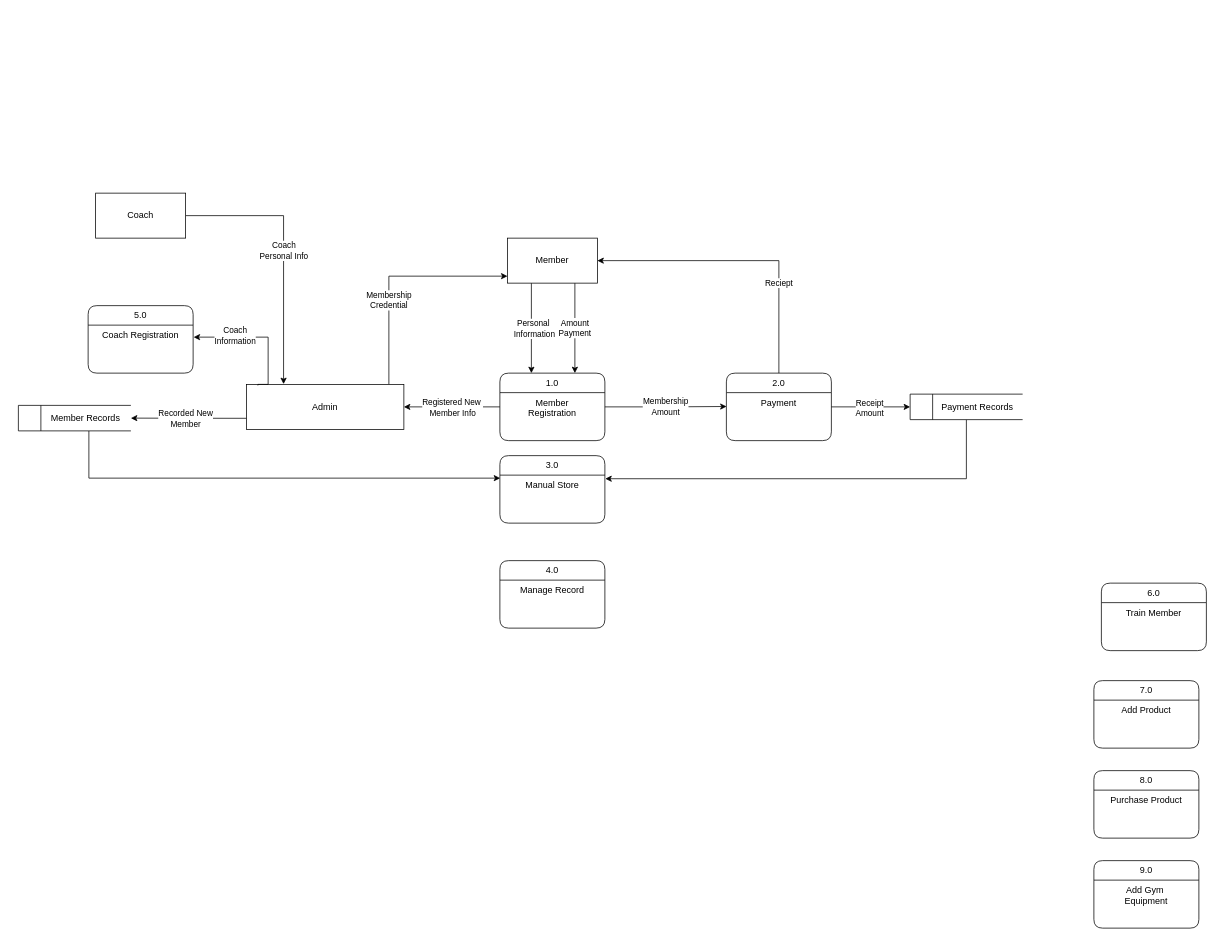
Earlier version of the draw.io diagram page "Main Existing Process" (1 of 11) of Untitled Diagram.drawio (FacundoBnts/app-dev). Source tidied: cells renumbered, new cells numbered last; positions are measured from the earlier drawing's top-left corner, leaving out a move shared by most shapes. Both pictures are drawn from the tidied source at 75%, with x=0, y=0 at pixel (18, 193).
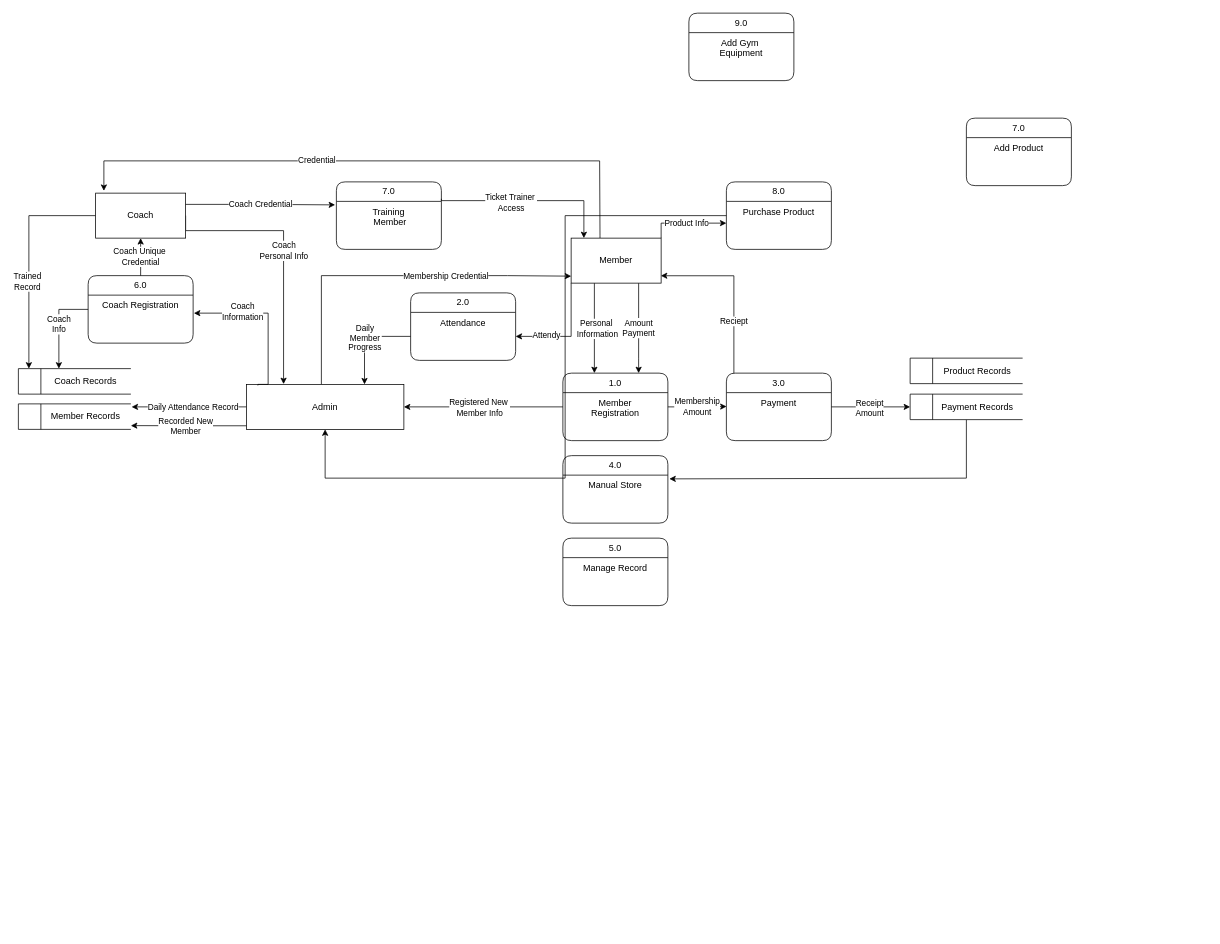
Above is the later version.

The change refers to these unchanged cells:
```xml
<mxCell id="9" value="Admin" style="rounded=0;whiteSpace=wrap;html=1;" parent="1" vertex="1">
  <mxGeometry x="304" y="255" width="210" height="60" as="geometry" />
</mxCell>
<mxCell id="14" value="Manual Store" style="text;strokeColor=none;fillColor=none;align=center;verticalAlign=top;spacingLeft=4;spacingRight=4;overflow=hidden;points=[[0,0.5],[1,0.5]];portConstraint=eastwest;whiteSpace=wrap;html=1;" parent="13" vertex="1">
  <mxGeometry y="26" width="140" height="64" as="geometry" />
</mxCell>
<mxCell id="18" value="Coach Registration" style="text;strokeColor=none;fillColor=none;align=center;verticalAlign=top;spacingLeft=4;spacingRight=4;overflow=hidden;points=[[0,0.5],[1,0.5]];portConstraint=eastwest;whiteSpace=wrap;html=1;" parent="17" vertex="1">
  <mxGeometry y="26" width="140" height="64" as="geometry" />
</mxCell>
<mxCell id="28" value="Coach" style="rounded=0;whiteSpace=wrap;html=1;" parent="1" vertex="1">
  <mxGeometry x="103" width="120" height="60" as="geometry" />
</mxCell>
<mxCell id="37" value="&lt;span style=&quot;white-space: pre;&quot;&gt;&#9;&lt;/span&gt;Payment Records" style="html=1;dashed=0;whiteSpace=wrap;shape=mxgraph.dfd.dataStoreID;align=center;spacingLeft=3;points=[[0,0],[0.5,0],[1,0],[0,0.5],[1,0.5],[0,1],[0.5,1],[1,1]];" parent="1" vertex="1">
  <mxGeometry x="1189" y="268" width="150" height="34" as="geometry" />
</mxCell>
```

Change to the diagram source:
```diff
@@
     <mxCell id="4" value="1.0" style="swimlane;fontStyle=0;horizontal=1;startSize=26;fillColor=none;whiteSpace=wrap;html=1;rounded=1;" parent="1" vertex="1">
-      <mxGeometry x="642" y="240" width="140" height="90" as="geometry" />
+      <mxGeometry x="726" y="240" width="140" height="90" as="geometry" />
     </mxCell>
@@
-    <mxCell id="6" style="edgeStyle=orthogonalEdgeStyle;rounded=0;jettySize=auto;html=1;entryX=1;entryY=0.5;entryDx=0;entryDy=0;exitX=0.01;exitY=0.754;exitDx=0;exitDy=0;exitPerimeter=0;" parent="1" edge="1" source="9" target="34">
+    <mxCell id="6" style="edgeStyle=orthogonalEdgeStyle;rounded=0;orthogonalLoop=1;jettySize=auto;html=1;entryX=1;entryY=0.5;entryDx=0;entryDy=0;exitX=0.01;exitY=0.754;exitDx=0;exitDy=0;exitPerimeter=0;" parent="1" edge="1">
       <mxGeometry relative="1" as="geometry">
+        <mxPoint x="306.1" y="310.2" as="sourcePoint" />
+        <mxPoint x="150" y="310" as="targetPoint" />
         <Array as="points">
-          <mxPoint x="253" y="300" />
+          <mxPoint x="253" y="310" />
         </Array>
       </mxGeometry>
     </mxCell>
@@
-    <mxCell id="8" value="&lt;div&gt;Membership &lt;br&gt;&lt;/div&gt;&lt;div&gt;Credential&lt;br&gt;&lt;/div&gt;" style="edgeStyle=orthogonalEdgeStyle;rounded=0;jettySize=auto;html=1;entryX=0.001;entryY=0.845;entryDx=0;entryDy=0;entryPerimeter=0;" parent="1" edge="1" source="9" target="32">
-      <mxGeometry x="-0.26" relative="1" as="geometry">
+    <mxCell id="8" value="&lt;div&gt;Membership Credential&lt;br&gt;&lt;/div&gt;" style="edgeStyle=orthogonalEdgeStyle;rounded=0;jettySize=auto;html=1;entryX=0.001;entryY=0.845;entryDx=0;entryDy=0;entryPerimeter=0;" parent="1" edge="1" source="9" target="32">
+      <mxGeometry x="0.3" y="-1" relative="1" as="geometry">
         <Array as="points">
-          <mxPoint x="494" y="110" />
+          <mxPoint x="404" y="110" />
           <mxPoint x="652" y="110" />
         </Array>
       </mxGeometry>
     </mxCell>
+    <mxCell id="41" value="Daily Attendance Record" style="edgeStyle=orthogonalEdgeStyle;rounded=0;orthogonalLoop=1;jettySize=auto;html=1;entryX=0.96;entryY=0.118;entryDx=0;entryDy=0;entryPerimeter=0;" parent="1" edge="1">
+      <mxGeometry relative="1" as="geometry">
+        <mxPoint x="315" y="285" as="sourcePoint" />
+        <mxPoint x="151" y="285" as="targetPoint" />
+      </mxGeometry>
+    </mxCell>
@@
-    <mxCell id="10" value="Reciept" style="edgeStyle=orthogonalEdgeStyle;rounded=0;jettySize=auto;html=1;entryX=1;entryY=0.5;entryDx=0;entryDy=0;" parent="1" edge="1" source="11" target="32">
+    <mxCell id="10" value="Reciept" style="edgeStyle=orthogonalEdgeStyle;rounded=0;jettySize=auto;html=1;entryX=0.997;entryY=0.836;entryDx=0;entryDy=0;entryPerimeter=0;" parent="1" edge="1" source="11" target="32">
       <mxGeometry x="-0.39" relative="1" as="geometry">
         <Array as="points">
-          <mxPoint x="1014" y="90" />
+          <mxPoint x="954" y="110" />
         </Array>
       </mxGeometry>
     </mxCell>
-    <mxCell id="11" value="2.0" style="swimlane;fontStyle=0;horizontal=1;startSize=26;fillColor=none;whiteSpace=wrap;html=1;rounded=1;" parent="1" vertex="1">
+    <mxCell id="11" value="3.0" style="swimlane;fontStyle=0;horizontal=1;startSize=26;fillColor=none;whiteSpace=wrap;html=1;rounded=1;" parent="1" vertex="1">
       <mxGeometry x="944" y="240" width="140" height="90" as="geometry" />
     </mxCell>
@@
-    <mxCell id="13" value="&lt;div&gt;3.0&lt;/div&gt;" style="swimlane;fontStyle=0;horizontal=1;startSize=26;fillColor=none;whiteSpace=wrap;html=1;rounded=1;" parent="1" vertex="1">
-      <mxGeometry x="642" y="350" width="140" height="90" as="geometry" />
+    <mxCell id="13" value="4.0" style="swimlane;fontStyle=0;horizontal=1;startSize=26;fillColor=none;whiteSpace=wrap;html=1;rounded=1;" parent="1" vertex="1">
+      <mxGeometry x="726" y="350" width="140" height="90" as="geometry" />
     </mxCell>
@@
-    <mxCell id="15" value="4.0" style="swimlane;fontStyle=0;horizontal=1;startSize=26;fillColor=none;whiteSpace=wrap;html=1;rounded=1;" parent="1" vertex="1">
-      <mxGeometry x="642" y="490" width="140" height="90" as="geometry" />
+    <mxCell id="15" value="5.0" style="swimlane;fontStyle=0;horizontal=1;startSize=26;fillColor=none;whiteSpace=wrap;html=1;rounded=1;" parent="1" vertex="1">
+      <mxGeometry x="726" y="460" width="140" height="90" as="geometry" />
     </mxCell>
@@
+    <mxCell id="42" value="&lt;div&gt;Coach Unique&amp;nbsp;&lt;/div&gt;&lt;div&gt;Credential&lt;/div&gt;" style="edgeStyle=orthogonalEdgeStyle;rounded=0;jettySize=auto;html=1;entryX=0.5;entryY=1;entryDx=0;entryDy=0;" parent="1" edge="1" source="17" target="28">
+      <mxGeometry relative="1" as="geometry" />
+    </mxCell>
+    <mxCell id="43" value="&lt;div&gt;Coach &lt;br&gt;&lt;/div&gt;&lt;div&gt;Info&lt;br&gt;&lt;/div&gt;" style="edgeStyle=orthogonalEdgeStyle;rounded=0;jettySize=auto;html=1;" parent="1" edge="1" source="17" target="54">
+      <mxGeometry relative="1" as="geometry">
+        <Array as="points">
+          <mxPoint x="54" y="155" />
+        </Array>
+      </mxGeometry>
+    </mxCell>
-    <mxCell id="17" value="5.0" style="swimlane;fontStyle=0;horizontal=1;startSize=26;fillColor=none;whiteSpace=wrap;html=1;rounded=1;" parent="1" vertex="1">
-      <mxGeometry x="93" y="150" width="140" height="90" as="geometry" />
+    <mxCell id="17" value="6.0" style="swimlane;fontStyle=0;horizontal=1;startSize=26;fillColor=none;whiteSpace=wrap;html=1;rounded=1;" parent="1" vertex="1">
+      <mxGeometry x="93" y="110" width="140" height="90" as="geometry" />
     </mxCell>
@@
+    <mxCell id="44" style="edgeStyle=orthogonalEdgeStyle;rounded=0;jettySize=auto;html=1;exitX=0;exitY=0.5;exitDx=0;exitDy=0;entryX=-0.001;entryY=0.295;entryDx=0;entryDy=0;entryPerimeter=0;" parent="17" edge="1" source="17" target="18">
+      <mxGeometry relative="1" as="geometry" />
+    </mxCell>
     <mxCell id="19" value="7.0" style="swimlane;fontStyle=0;horizontal=1;startSize=26;fillColor=none;whiteSpace=wrap;html=1;rounded=1;" parent="1" vertex="1">
-      <mxGeometry x="1434" y="650" width="140" height="90" as="geometry" />
+      <mxGeometry x="1264" y="-100" width="140" height="90" as="geometry" />
     </mxCell>
@@
     <mxCell id="21" value="9.0" style="swimlane;fontStyle=0;horizontal=1;startSize=26;fillColor=none;whiteSpace=wrap;html=1;rounded=1;" parent="1" vertex="1">
-      <mxGeometry x="1434" y="890" width="140" height="90" as="geometry" />
+      <mxGeometry x="894" y="-240" width="140" height="90" as="geometry" />
     </mxCell>
@@
+    <mxCell id="45" style="edgeStyle=orthogonalEdgeStyle;rounded=0;jettySize=auto;html=1;exitX=1;exitY=0.25;exitDx=0;exitDy=0;" parent="1" edge="1" source="23">
+      <mxGeometry relative="1" as="geometry">
+        <mxPoint x="754" y="60" as="targetPoint" />
+        <Array as="points">
+          <mxPoint x="564" y="10" />
+          <mxPoint x="754" y="10" />
+          <mxPoint x="754" y="60" />
+        </Array>
+      </mxGeometry>
+    </mxCell>
+    <mxCell id="46" value="&lt;div&gt;Ticket Trainer&amp;nbsp;&lt;/div&gt;&lt;div&gt;Access&lt;/div&gt;" style="edgeLabel;html=1;align=center;verticalAlign=middle;" parent="45" vertex="1">
+      <mxGeometry x="-0.22" y="-2" relative="1" as="geometry" />
+    </mxCell>
-    <mxCell id="23" value="6.0" style="swimlane;fontStyle=0;horizontal=1;startSize=26;fillColor=none;whiteSpace=wrap;html=1;rounded=1;" parent="1" vertex="1">
-      <mxGeometry x="1444" y="520" width="140" height="90" as="geometry" />
+    <mxCell id="23" value="7.0" style="swimlane;fontStyle=0;horizontal=1;startSize=26;fillColor=none;whiteSpace=wrap;html=1;rounded=1;" parent="1" vertex="1">
+      <mxGeometry x="424" y="-15" width="140" height="90" as="geometry" />
     </mxCell>
-    <mxCell id="24" value="Train Member" style="text;strokeColor=none;fillColor=none;align=center;verticalAlign=top;spacingLeft=4;spacingRight=4;overflow=hidden;points=[[0,0.5],[1,0.5]];portConstraint=eastwest;whiteSpace=wrap;html=1;" parent="23" vertex="1">
+    <mxCell id="24" value="&lt;div&gt;Training&lt;/div&gt;&lt;div&gt;&amp;nbsp;Member&lt;/div&gt;" style="text;strokeColor=none;fillColor=none;align=center;verticalAlign=top;spacingLeft=4;spacingRight=4;overflow=hidden;points=[[0,0.5],[1,0.5]];portConstraint=eastwest;whiteSpace=wrap;html=1;" parent="23" vertex="1">
       <mxGeometry y="26" width="140" height="64" as="geometry" />
     </mxCell>
+    <mxCell id="47" style="edgeStyle=orthogonalEdgeStyle;rounded=0;jettySize=auto;html=1;entryX=0.5;entryY=1;entryDx=0;entryDy=0;" parent="1" edge="1" source="25" target="9">
+      <mxGeometry relative="1" as="geometry">
+        <Array as="points">
+          <mxPoint x="729" y="30" />
+          <mxPoint x="729" y="380" />
+          <mxPoint x="409" y="380" />
+        </Array>
+      </mxGeometry>
+    </mxCell>
     <mxCell id="25" value="8.0" style="swimlane;fontStyle=0;horizontal=1;startSize=26;fillColor=none;whiteSpace=wrap;html=1;rounded=1;" parent="1" vertex="1">
-      <mxGeometry x="1434" y="770" width="140" height="90" as="geometry" />
+      <mxGeometry x="944" y="-15" width="140" height="90" as="geometry" />
     </mxCell>
@@
     <mxCell id="27" value="&lt;div&gt;Coach&lt;/div&gt;&lt;div&gt;Personal Info&lt;br&gt;&lt;/div&gt;" style="edgeStyle=orthogonalEdgeStyle;rounded=0;jettySize=auto;html=1;entryX=0.241;entryY=-0.006;entryDx=0;entryDy=0;exitX=1;exitY=0.5;exitDx=0;exitDy=0;entryPerimeter=0;" parent="1" edge="1" source="28">
       <mxGeometry relative="1" as="geometry">
         <mxPoint x="353.6" y="254.6" as="targetPoint" />
         <Array as="points">
-          <mxPoint x="353" y="30" />
+          <mxPoint x="223" y="50" />
+          <mxPoint x="354" y="50" />
         </Array>
       </mxGeometry>
     </mxCell>
+    <mxCell id="48" style="edgeStyle=orthogonalEdgeStyle;rounded=0;jettySize=auto;html=1;" parent="1" edge="1" source="28" target="54">
+      <mxGeometry relative="1" as="geometry">
+        <Array as="points">
+          <mxPoint x="14" y="30" />
+        </Array>
+      </mxGeometry>
+    </mxCell>
+    <mxCell id="49" value="&lt;div&gt;Trained&lt;/div&gt;&lt;div&gt;Record&lt;br&gt; &lt;/div&gt;" style="edgeLabel;html=1;align=center;verticalAlign=middle;" parent="48" vertex="1">
+      <mxGeometry x="0.2" y="-3" relative="1" as="geometry" />
+    </mxCell>
@@
     <mxCell id="29" style="edgeStyle=orthogonalEdgeStyle;rounded=0;orthogonalLoop=1;jettySize=auto;html=1;entryX=0.5;entryY=0;entryDx=0;entryDy=0;" parent="1" edge="1">
       <mxGeometry relative="1" as="geometry">
-        <mxPoint x="684" y="120" as="sourcePoint" />
-        <mxPoint x="684" y="240" as="targetPoint" />
+        <mxPoint x="768" y="120" as="sourcePoint" />
+        <mxPoint x="768" y="240" as="targetPoint" />
       </mxGeometry>
     </mxCell>
@@
-    <mxCell id="31" value="&lt;div&gt;Amount &lt;br&gt;&lt;/div&gt;&lt;div&gt;Payment&lt;br&gt;&lt;/div&gt;" style="edgeStyle=orthogonalEdgeStyle;rounded=0;jettySize=auto;html=1;exitX=0.75;exitY=1;exitDx=0;exitDy=0;" parent="1" edge="1" source="32">
+    <mxCell id="31" value="&lt;div&gt;Amount &lt;br&gt;&lt;/div&gt;&lt;div&gt;Payment&lt;br&gt;&lt;/div&gt;" style="edgeStyle=orthogonalEdgeStyle;rounded=0;jettySize=auto;html=1;exitX=0.75;exitY=1;exitDx=0;exitDy=0;" parent="1" edge="1" source="32" target="4">
       <mxGeometry relative="1" as="geometry">
-        <mxPoint x="742" y="240" as="targetPoint" />
         <Array as="points">
-          <mxPoint x="742" y="240" />
+          <mxPoint x="827" y="220" />
+          <mxPoint x="827" y="220" />
         </Array>
       </mxGeometry>
     </mxCell>
+    <mxCell id="50" style="edgeStyle=orthogonalEdgeStyle;rounded=0;orthogonalLoop=1;jettySize=auto;html=1;exitX=0.729;exitY=-0.017;exitDx=0;exitDy=0;entryX=0.5;entryY=0;entryDx=0;entryDy=0;exitPerimeter=0;" parent="1" edge="1">
+      <mxGeometry relative="1" as="geometry">
+        <mxPoint x="775.5" y="60" as="sourcePoint" />
+        <mxPoint x="114" y="-3" as="targetPoint" />
+        <Array as="points">
+          <mxPoint x="776" y="57" />
+          <mxPoint x="775" y="57" />
+          <mxPoint x="775" y="-43" />
+          <mxPoint x="114" y="-43" />
+        </Array>
+      </mxGeometry>
+    </mxCell>
+    <mxCell id="51" value="Credential" style="edgeLabel;html=1;align=center;verticalAlign=middle;" parent="50" vertex="1">
+      <mxGeometry x="0.06" y="-3" relative="1" as="geometry">
+        <mxPoint x="-55" y="1" as="offset" />
+      </mxGeometry>
+    </mxCell>
+    <mxCell id="52" value="Attendy" style="edgeStyle=orthogonalEdgeStyle;rounded=0;jettySize=auto;html=1;exitX=0;exitY=1;exitDx=0;exitDy=0;" parent="1" edge="1" source="32" target="57">
+      <mxGeometry x="0.43" y="-1" relative="1" as="geometry" />
+    </mxCell>
+    <mxCell id="53" value="Product Info" style="edgeStyle=orthogonalEdgeStyle;rounded=0;jettySize=auto;html=1;exitX=1;exitY=0;exitDx=0;exitDy=0;" parent="1" edge="1" source="32">
+      <mxGeometry relative="1" as="geometry">
+        <mxPoint x="944" y="40" as="targetPoint" />
+        <Array as="points">
+          <mxPoint x="857" y="40" />
+          <mxPoint x="944" y="40" />
+        </Array>
+      </mxGeometry>
+    </mxCell>
     <mxCell id="32" value="Member" style="rounded=0;whiteSpace=wrap;html=1;" parent="1" vertex="1">
-      <mxGeometry x="652" y="60" width="120" height="60" as="geometry" />
+      <mxGeometry x="737" y="60" width="120" height="60" as="geometry" />
     </mxCell>
-    <mxCell id="33" style="edgeStyle=orthogonalEdgeStyle;rounded=0;jettySize=auto;html=1;entryX=0.003;entryY=0.063;entryDx=0;entryDy=0;entryPerimeter=0;" parent="1" edge="1" source="34" target="14">
-      <mxGeometry relative="1" as="geometry">
-        <Array as="points">
-          <mxPoint x="94" y="380" />
-        </Array>
-      </mxGeometry>
-    </mxCell>
     <mxCell id="34" value="&lt;span style=&quot;white-space: pre;&quot;&gt;&#9;&lt;/span&gt;Member Records" style="html=1;dashed=0;whiteSpace=wrap;shape=mxgraph.dfd.dataStoreID;align=center;spacingLeft=3;points=[[0,0],[0.5,0],[1,0],[0,0.5],[1,0.5],[0,1],[0.5,1],[1,1]];" parent="1" vertex="1">
-      <mxGeometry y="283" width="150" height="34" as="geometry" />
+      <mxGeometry y="281" width="150" height="34" as="geometry" />
     </mxCell>
@@
-    <mxCell id="36" style="edgeStyle=orthogonalEdgeStyle;rounded=0;jettySize=auto;html=1;entryX=1.004;entryY=0.075;entryDx=0;entryDy=0;entryPerimeter=0;" parent="1" edge="1" source="37" target="14">
+    <mxCell id="36" style="edgeStyle=orthogonalEdgeStyle;rounded=0;jettySize=auto;html=1;entryX=1.014;entryY=0.078;entryDx=0;entryDy=0;entryPerimeter=0;" parent="1" edge="1" source="37" target="14">
       <mxGeometry relative="1" as="geometry">
         <Array as="points">
           <mxPoint x="1264" y="380" />
-          <mxPoint x="783" y="380" />
         </Array>
       </mxGeometry>
     </mxCell>
@@
-    <mxCell id="40" value="&lt;div&gt;Coach&lt;/div&gt;&lt;div&gt;Information&lt;br&gt;&lt;/div&gt;" style="edgeStyle=orthogonalEdgeStyle;rounded=0;jettySize=auto;html=1;exitX=0.073;exitY=0.024;exitDx=0;exitDy=0;entryX=1.005;entryY=0.25;entryDx=0;entryDy=0;entryPerimeter=0;exitPerimeter=0;" parent="1" edge="1" source="9" target="18">
+    <mxCell id="40" value="&lt;div&gt;Coach&lt;/div&gt;&lt;div&gt;Information&lt;br&gt;&lt;/div&gt;" style="edgeStyle=orthogonalEdgeStyle;rounded=0;jettySize=auto;html=1;exitX=0.073;exitY=0.024;exitDx=0;exitDy=0;exitPerimeter=0;" parent="1" edge="1" source="9">
       <mxGeometry x="0.38" y="-2" relative="1" as="geometry">
+        <mxPoint x="234" y="160" as="targetPoint" />
         <Array as="points">
           <mxPoint x="319" y="255" />
           <mxPoint x="333" y="255" />
-          <mxPoint x="333" y="192" />
+          <mxPoint x="333" y="160" />
+          <mxPoint x="234" y="160" />
         </Array>
       </mxGeometry>
     </mxCell>
+    <mxCell id="54" value="&lt;span style=&quot;white-space: pre;&quot;&gt;&#9;&lt;/span&gt;Coach Records" style="html=1;dashed=0;whiteSpace=wrap;shape=mxgraph.dfd.dataStoreID;align=center;spacingLeft=3;points=[[0,0],[0.5,0],[1,0],[0,0.5],[1,0.5],[0,1],[0.5,1],[1,1]];" parent="1" vertex="1">
+      <mxGeometry y="234" width="150" height="34" as="geometry" />
+    </mxCell>
+    <mxCell id="55" value="Coach Credential" style="edgeStyle=orthogonalEdgeStyle;rounded=0;jettySize=auto;html=1;exitX=1;exitY=0.25;exitDx=0;exitDy=0;entryX=-0.012;entryY=0.073;entryDx=0;entryDy=0;entryPerimeter=0;" parent="1" edge="1" source="28" target="24">
+      <mxGeometry relative="1" as="geometry" />
+    </mxCell>
+    <mxCell id="56" value="2.0" style="swimlane;fontStyle=0;horizontal=1;startSize=26;fillColor=none;whiteSpace=wrap;html=1;rounded=1;" parent="1" vertex="1">
+      <mxGeometry x="523" y="133" width="140" height="90" as="geometry" />
+    </mxCell>
+    <mxCell id="57" value="Attendance" style="text;strokeColor=none;fillColor=none;align=center;verticalAlign=top;spacingLeft=4;spacingRight=4;overflow=hidden;points=[[0,0.5],[1,0.5]];portConstraint=eastwest;whiteSpace=wrap;html=1;" parent="56" vertex="1">
+      <mxGeometry y="26" width="140" height="64" as="geometry" />
+    </mxCell>
+    <mxCell id="58" value="&lt;div&gt;Daily&lt;/div&gt;&lt;div&gt;Member&lt;br&gt;&lt;/div&gt;&lt;div&gt;Progress&lt;br&gt;&lt;/div&gt;" style="edgeStyle=orthogonalEdgeStyle;rounded=0;jettySize=auto;html=1;entryX=0.75;entryY=0;entryDx=0;entryDy=0;" parent="1" edge="1" source="57" target="9">
+      <mxGeometry relative="1" as="geometry" />
+    </mxCell>
+    <mxCell id="59" value="&lt;span style=&quot;white-space: pre;&quot;&gt;&#9;&lt;/span&gt;Product Records" style="html=1;dashed=0;whiteSpace=wrap;shape=mxgraph.dfd.dataStoreID;align=center;spacingLeft=3;" parent="1" vertex="1">
+      <mxGeometry x="1189" y="220" width="150" height="34" as="geometry" />
+    </mxCell>
```
